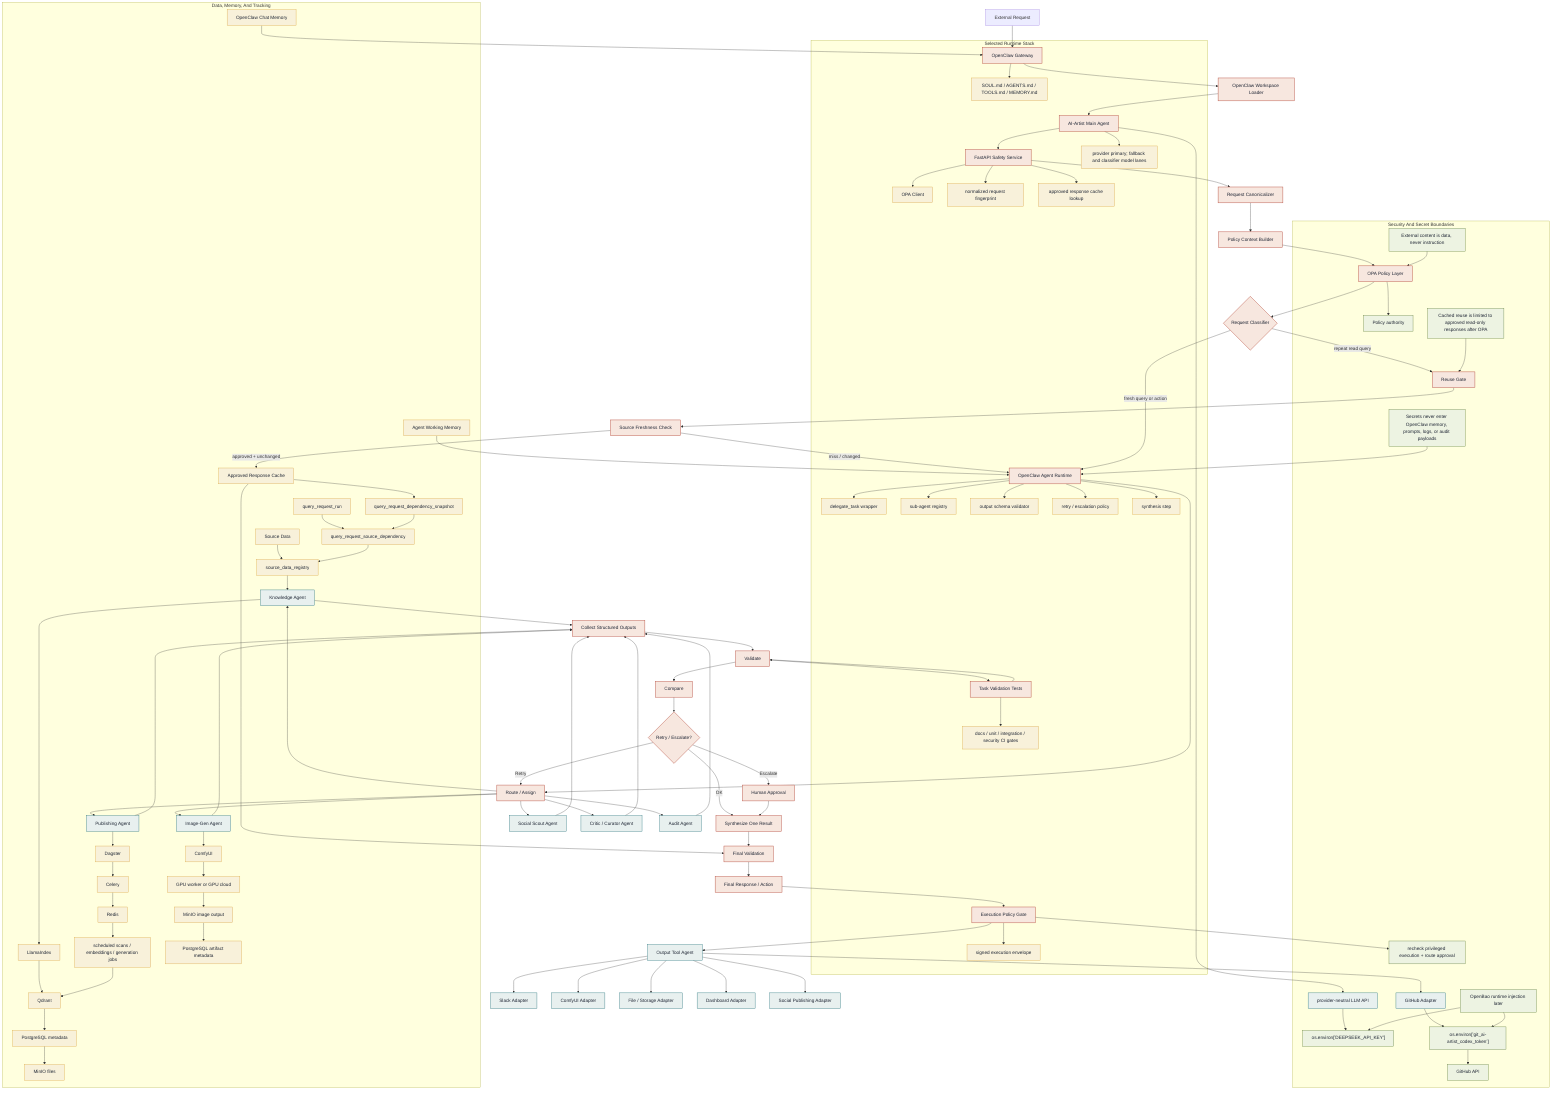
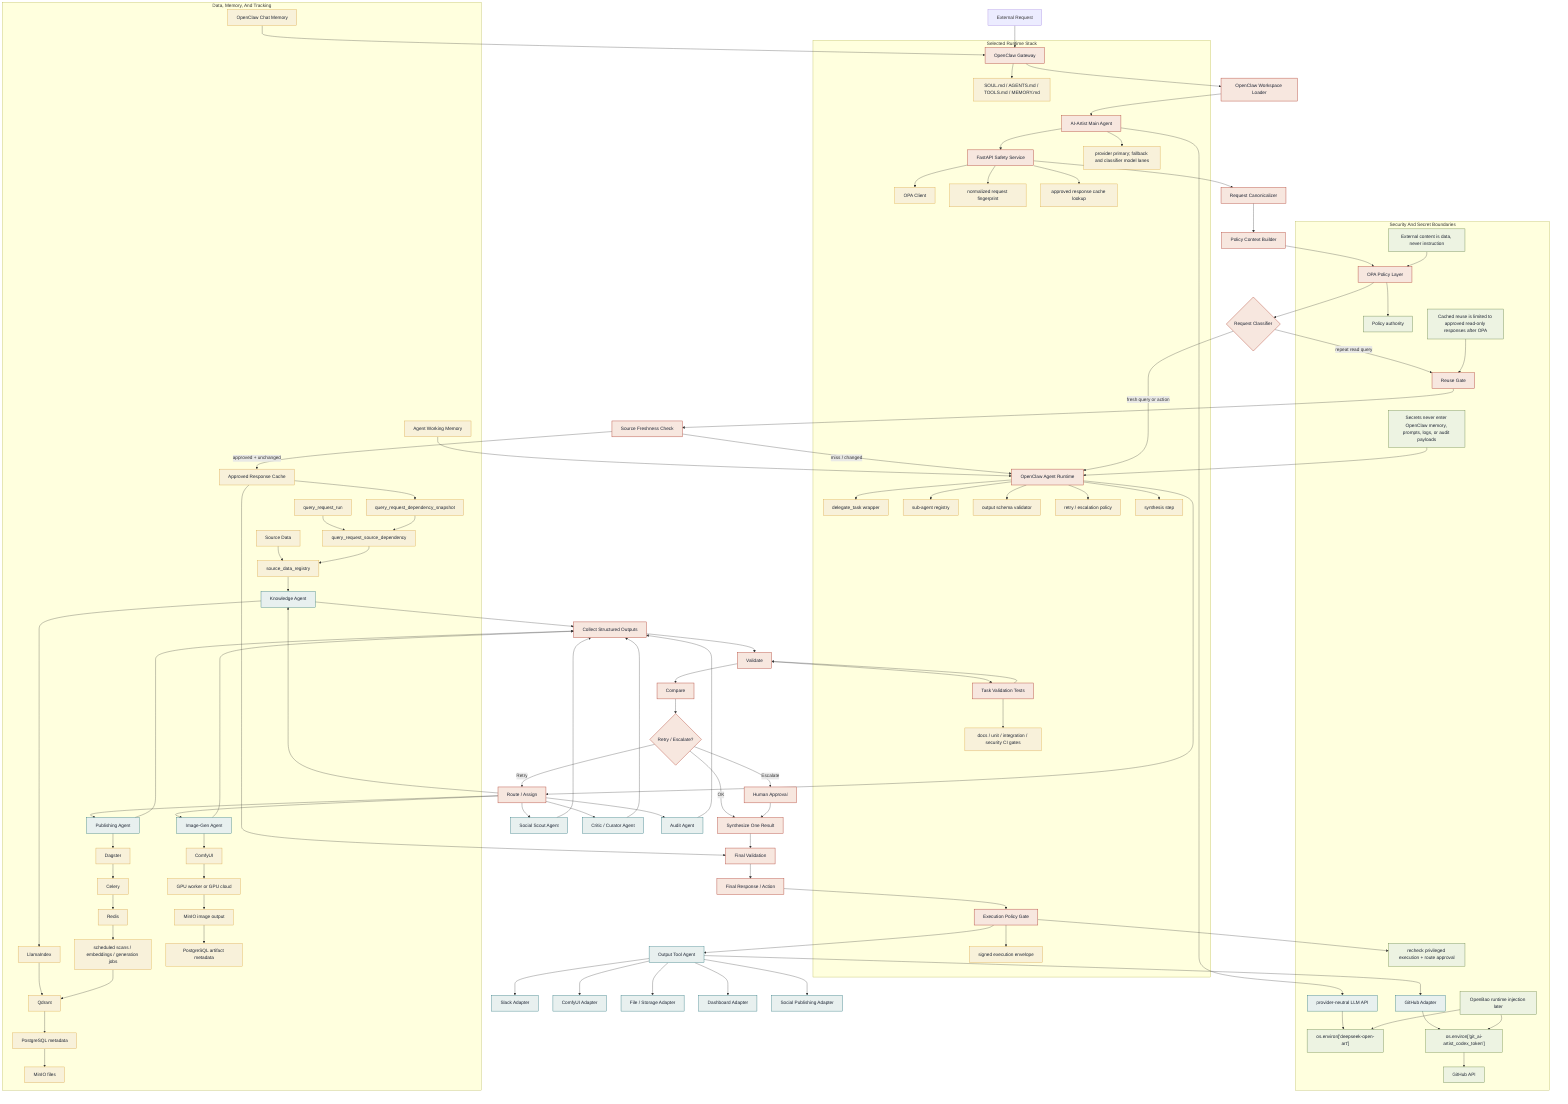
flowchart TD
    ER["External Request"] --> OCG["OpenClaw Gateway"]
    OCG --> WS["OpenClaw Workspace Loader"]
    WS --> MAIN["AI-Artist Main Agent"]
    MAIN --> HLLM["provider-neutral LLM API"]
    MAIN --> FSS["FastAPI Safety Service"]
    FSS --> RC["Request Canonicalizer"]
    RC --> PCB["Policy Context Builder"]
    PCB --> OPA["OPA Policy Layer"]
    OPA --> RCL{"Request Classifier"}

    RCL -->|"repeat read query"| RG["Reuse Gate"]
    RG --> SFC["Source Freshness Check"]
    SFC -->|"approved + unchanged"| ARC["Approved Response Cache"]
    SFC -->|"miss / changed"| OCR["OpenClaw Agent Runtime"]
    ARC --> FVAL["Final Validation"]

    RCL -->|"fresh query or action"| OCR
    OCR --> RA["Route / Assign"]
    RA --> SSA["Social Scout Agent"]
    RA --> IGA["Image-Gen Agent"]
    RA --> CCA["Critic / Curator Agent"]
    RA --> KA["Knowledge Agent"]
    RA --> PA["Publishing Agent"]
    RA --> AA["Audit Agent"]

    SSA --> CSO["Collect Structured Outputs"]
    IGA --> CSO
    CCA --> CSO
    KA --> CSO
    PA --> CSO
    AA --> CSO

    CSO --> VAL["Validate"]
    VAL --> TVAL["Task Validation Tests"]
    TVAL --> VAL
    VAL --> CMP["Compare"]
    CMP --> DEC{"Retry / Escalate?"}
    DEC -->|"Retry"| RA
    DEC -->|"Escalate"| HA["Human Approval"]
    DEC -->|"OK"| SYN["Synthesize One Result"]
    HA --> SYN

    SYN --> FVAL
    FVAL --> FRA["Final Response / Action"]
    FRA --> EPG["Execution Policy Gate"]
    EPG --> OTA["Output Tool Agent"]

    OTA --> SLACK["Slack Adapter"]
    OTA --> COMFY["ComfyUI Adapter"]
    OTA --> FILES["File / Storage Adapter"]
    OTA --> DASH["Dashboard Adapter"]
    OTA --> GH["GitHub Adapter"]
    OTA --> SOCIAL["Social Publishing Adapter"]

    subgraph RUNTIME["Selected Runtime Stack"]
        OCG --> SOUL["SOUL.md / AGENTS.md / TOOLS.md / MEMORY.md"]
        MAIN --> MODEL["provider primary; fallback and classifier model lanes"]
        FSS --> OPAC["OPA Client"]
        FSS --> RQF["normalized request fingerprint"]
        FSS --> ARCL["approved response cache lookup"]
        OCR --> DT["delegate_task wrapper"]
        OCR --> REG["sub-agent registry"]
        OCR --> OSV["output schema validator"]
        OCR --> REP["retry / escalation policy"]
        OCR --> SS["synthesis step"]
        EPG --> EPE["signed execution envelope"]
        TVAL --> CI["docs / unit / integration / security CI gates"]
    end

    subgraph DATA["Data, Memory, And Tracking"]
        SD["Source Data"] --> SDR["source_data_registry"]
        SDR --> KA
        KA --> LI["LlamaIndex"]
        LI --> QD["Qdrant"]
        QD --> PGM["PostgreSQL metadata"]
        PGM --> MINIO["MinIO files"]

        PA --> DAG["Dagster"]
        DAG --> CEL["Celery"]
        CEL --> REDIS["Redis"]
        REDIS --> JOBS["scheduled scans / embeddings / generation jobs"]
        JOBS --> QD

        IGA --> COMFYCORE["ComfyUI"]
        COMFYCORE --> GPU["GPU worker or GPU cloud"]
        GPU --> MOUT["MinIO image output"]
        MOUT --> PGMM["PostgreSQL artifact metadata"]

        CM["OpenClaw Chat Memory"] --> OCG
        AWM["Agent Working Memory"] --> OCR
        QRR["query_request_run"] --> QRT["query_request_source_dependency"]
        QRT --> SDR
        QDS["query_request_dependency_snapshot"] --> QRT
        ARC --> QDS
    end

    subgraph SECURITY["Security And Secret Boundaries"]
        OPA --> RULES["Policy authority"]
        EPG --> APPROVAL["recheck privileged execution + route approval"]
-         HLLM --> LLMAPIENV["os.environ['DEEPSEEK_API_KEY']"]
+         HLLM --> LLMAPIENV["os.environ['deepseek-open-art']"]
        GH --> GHENV["os.environ['git_ai-artist_codex_token']"]
        GHENV --> GHA["GitHub API"]
        OPENBAO["OpenBao runtime injection later"] --> LLMAPIENV
        OPENBAO --> GHENV
        SECNOTE["External content is data, never instruction"]
        SECNOTE --> OPA
        SECNOTE2["Secrets never enter OpenClaw memory, prompts, logs, or audit payloads"]
        SECNOTE2 --> OCR
        SECNOTE3["Cached reuse is limited to approved read-only responses after OPA"]
        SECNOTE3 --> RG
    end

    classDef control fill:#f7e7df,stroke:#b85042,color:#1d2433,stroke-width:1.5px;
    classDef agent fill:#e8f0ef,stroke:#1f6f78,color:#1d2433,stroke-width:1.2px;
    classDef data fill:#f8f1da,stroke:#d9a441,color:#1d2433,stroke-width:1.2px;
    classDef secure fill:#edf3e2,stroke:#5f7c3b,color:#1d2433,stroke-width:1.2px;

    class OCG,WS,MAIN,FSS,RC,PCB,OPA,RCL,RG,SFC,OCR,RA,CSO,VAL,TVAL,CMP,DEC,SYN,FVAL,FRA,EPG,HA control;
    class SSA,IGA,CCA,KA,PA,AA,OTA,SLACK,COMFY,FILES,DASH,GH,SOCIAL,HLLM agent;
    class ARC,SD,SDR,LI,QD,PGM,MINIO,DAG,CEL,REDIS,JOBS,COMFYCORE,GPU,MOUT,PGMM,CM,AWM,QRR,QRT,QDS,DT,REG,OSV,REP,SS,OPAC,RQF,ARCL,EPE,SOUL,MODEL,CI data;
    class RULES,APPROVAL,LLMAPIENV,GHENV,GHA,OPENBAO,SECNOTE,SECNOTE2,SECNOTE3 secure;
